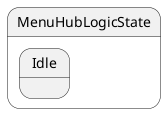
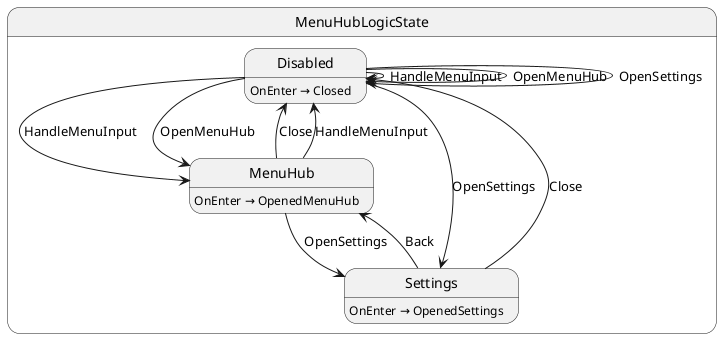
@startuml MenuHubLogicState
state "MenuHubLogicState" as Labyrinth_MenuHubLogicState {
-   state "Idle" as Labyrinth_MenuHubLogicState_Idle
+   state "Disabled" as Labyrinth_MenuHubLogicState_Disabled
+   state "MenuHub" as Labyrinth_MenuHubLogicState_MenuHub
+   state "Settings" as Labyrinth_MenuHubLogicState_Settings
}
+ 
+ Labyrinth_MenuHubLogicState_Disabled --> Labyrinth_MenuHubLogicState_Disabled : HandleMenuInput
+ Labyrinth_MenuHubLogicState_Disabled --> Labyrinth_MenuHubLogicState_Disabled : OpenMenuHub
+ Labyrinth_MenuHubLogicState_Disabled --> Labyrinth_MenuHubLogicState_Disabled : OpenSettings
+ Labyrinth_MenuHubLogicState_Disabled --> Labyrinth_MenuHubLogicState_MenuHub : HandleMenuInput
+ Labyrinth_MenuHubLogicState_Disabled --> Labyrinth_MenuHubLogicState_MenuHub : OpenMenuHub
+ Labyrinth_MenuHubLogicState_Disabled --> Labyrinth_MenuHubLogicState_Settings : OpenSettings
+ Labyrinth_MenuHubLogicState_MenuHub --> Labyrinth_MenuHubLogicState_Disabled : Close
+ Labyrinth_MenuHubLogicState_MenuHub --> Labyrinth_MenuHubLogicState_Disabled : HandleMenuInput
+ Labyrinth_MenuHubLogicState_MenuHub --> Labyrinth_MenuHubLogicState_Settings : OpenSettings
+ Labyrinth_MenuHubLogicState_Settings --> Labyrinth_MenuHubLogicState_Disabled : Close
+ Labyrinth_MenuHubLogicState_Settings --> Labyrinth_MenuHubLogicState_MenuHub : Back
+ 
+ Labyrinth_MenuHubLogicState_Disabled : OnEnter → Closed
+ Labyrinth_MenuHubLogicState_MenuHub : OnEnter → OpenedMenuHub
+ Labyrinth_MenuHubLogicState_Settings : OnEnter → OpenedSettings
@enduml